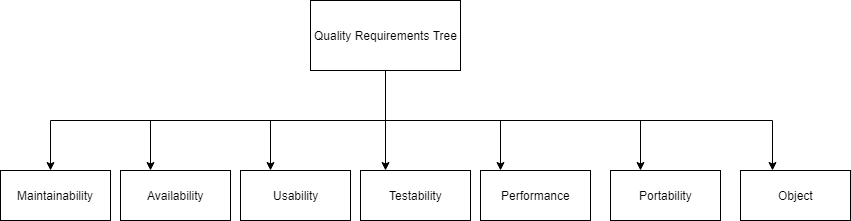
This is adocs/images/10_quality_tree.png from Arquisoft/dechat_es4b, a draw.io export, as it was before one commit. Source tidied: cells renumbered, new cells last; positions are measured from the earlier drawing's top-left corner, leaving out a move shared by most shapes. The source it was exported from:
```xml
<mxGraphModel>
  <root>
    <mxCell id="0" />
    <mxCell id="1" parent="0" />
    <mxCell id="2" style="edgeStyle=orthogonalEdgeStyle;rounded=0;jettySize=auto;html=1;exitX=0.5;exitY=1;exitDx=0;exitDy=0;" parent="1" edge="1" source="9">
      <mxGeometry relative="1" as="geometry">
        <mxPoint x="50" y="170" as="targetPoint" />
      </mxGeometry>
    </mxCell>
    <mxCell id="3" style="edgeStyle=orthogonalEdgeStyle;rounded=0;jettySize=auto;html=1;exitX=0.5;exitY=1;exitDx=0;exitDy=0;" parent="1" edge="1" source="9">
      <mxGeometry relative="1" as="geometry">
        <mxPoint x="150" y="170" as="targetPoint" />
      </mxGeometry>
    </mxCell>
    <mxCell id="4" style="edgeStyle=orthogonalEdgeStyle;rounded=0;jettySize=auto;html=1;exitX=0.5;exitY=1;exitDx=0;exitDy=0;" parent="1" edge="1" source="9">
      <mxGeometry relative="1" as="geometry">
        <mxPoint x="270" y="170" as="targetPoint" />
      </mxGeometry>
    </mxCell>
    <mxCell id="5" style="edgeStyle=orthogonalEdgeStyle;rounded=0;jettySize=auto;html=1;exitX=0.5;exitY=1;exitDx=0;exitDy=0;" parent="1" edge="1" source="9">
      <mxGeometry relative="1" as="geometry">
        <mxPoint x="385" y="170" as="targetPoint" />
      </mxGeometry>
    </mxCell>
    <mxCell id="6" style="edgeStyle=orthogonalEdgeStyle;rounded=0;jettySize=auto;html=1;exitX=0.5;exitY=1;exitDx=0;exitDy=0;" parent="1" edge="1" source="9">
      <mxGeometry relative="1" as="geometry">
        <mxPoint x="500" y="170" as="targetPoint" />
      </mxGeometry>
    </mxCell>
    <mxCell id="7" style="edgeStyle=orthogonalEdgeStyle;rounded=0;jettySize=auto;html=1;exitX=0.5;exitY=1;exitDx=0;exitDy=0;" parent="1" edge="1" source="9">
      <mxGeometry relative="1" as="geometry">
        <mxPoint x="640" y="170" as="targetPoint" />
      </mxGeometry>
    </mxCell>
    <mxCell id="8" style="edgeStyle=orthogonalEdgeStyle;rounded=0;jettySize=auto;html=1;exitX=0.5;exitY=1;exitDx=0;exitDy=0;" parent="1" edge="1" source="9">
      <mxGeometry relative="1" as="geometry">
        <mxPoint x="772" y="170" as="targetPoint" />
      </mxGeometry>
    </mxCell>
    <mxCell id="9" value="Quality Requirements Tree&lt;br&gt;" style="html=1;" parent="1" vertex="1">
      <mxGeometry x="310" width="150" height="70" as="geometry" />
    </mxCell>
    <mxCell id="10" value="&lt;span&gt;Maintainability&lt;/span&gt;" style="html=1;" parent="1" vertex="1">
      <mxGeometry y="170" width="110" height="50" as="geometry" />
    </mxCell>
    <mxCell id="11" value="&lt;span&gt;Availability&lt;/span&gt;" style="html=1;" parent="1" vertex="1">
      <mxGeometry x="120" y="170" width="110" height="50" as="geometry" />
    </mxCell>
    <mxCell id="12" value="&lt;span&gt;Usability&lt;/span&gt;" style="html=1;" parent="1" vertex="1">
      <mxGeometry x="240" y="170" width="110" height="50" as="geometry" />
    </mxCell>
    <mxCell id="13" value="&lt;span&gt;Testability&lt;/span&gt;" style="html=1;" parent="1" vertex="1">
      <mxGeometry x="360" y="170" width="110" height="50" as="geometry" />
    </mxCell>
    <mxCell id="14" value="Performance" style="html=1;" parent="1" vertex="1">
      <mxGeometry x="480" y="170" width="110" height="50" as="geometry" />
    </mxCell>
    <mxCell id="15" value="&lt;span&gt;Portability&lt;/span&gt;" style="html=1;" parent="1" vertex="1">
      <mxGeometry x="610" y="170" width="110" height="50" as="geometry" />
    </mxCell>
    <mxCell id="16" value="Object" style="html=1;" parent="1" vertex="1">
      <mxGeometry x="740" y="170" width="110" height="50" as="geometry" />
    </mxCell>
  </root>
</mxGraphModel>
```
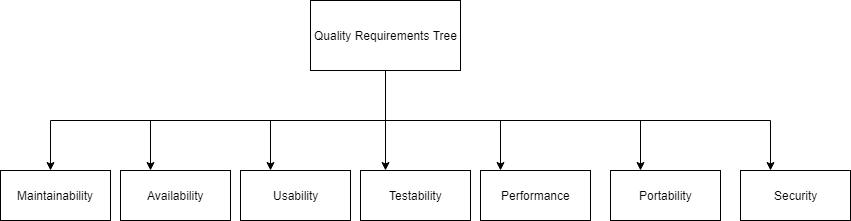
Later version of the same file.

Commit message:
Solved diagram problem. It wasn't correct

The edit, as a diff of the source:
```diff
@@ -32,11 +32,11 @@
         <mxPoint x="640" y="170" as="targetPoint" />
       </mxGeometry>
     </mxCell>
-    <mxCell id="8" style="edgeStyle=orthogonalEdgeStyle;rounded=0;jettySize=auto;html=1;exitX=0.5;exitY=1;exitDx=0;exitDy=0;" parent="1" edge="1" source="9">
-      <mxGeometry relative="1" as="geometry">
-        <mxPoint x="772" y="170" as="targetPoint" />
-      </mxGeometry>
-    </mxCell>
+    <mxCell id="17" style="edgeStyle=orthogonalEdgeStyle;rounded=0;jettySize=auto;html=1;exitX=0.5;exitY=1;exitDx=0;exitDy=0;" parent="1" edge="1" source="9">
+      <mxGeometry relative="1" as="geometry">
+        <mxPoint x="770" y="170" as="targetPoint" />
+      </mxGeometry>
+    </mxCell>
     <mxCell id="9" value="Quality Requirements Tree&lt;br&gt;" style="html=1;" parent="1" vertex="1">
       <mxGeometry x="310" width="150" height="70" as="geometry" />
     </mxCell>
@@ -58,8 +58,8 @@
     <mxCell id="15" value="&lt;span&gt;Portability&lt;/span&gt;" style="html=1;" parent="1" vertex="1">
       <mxGeometry x="610" y="170" width="110" height="50" as="geometry" />
     </mxCell>
-    <mxCell id="16" value="Object" style="html=1;" parent="1" vertex="1">
-      <mxGeometry x="740" y="170" width="110" height="50" as="geometry" />
-    </mxCell>
+    <mxCell id="18" value="Security" style="html=1;" parent="1" vertex="1">
+      <mxGeometry x="740" y="170" width="110" height="50" as="geometry" />
+    </mxCell>
   </root>
 </mxGraphModel>
```
